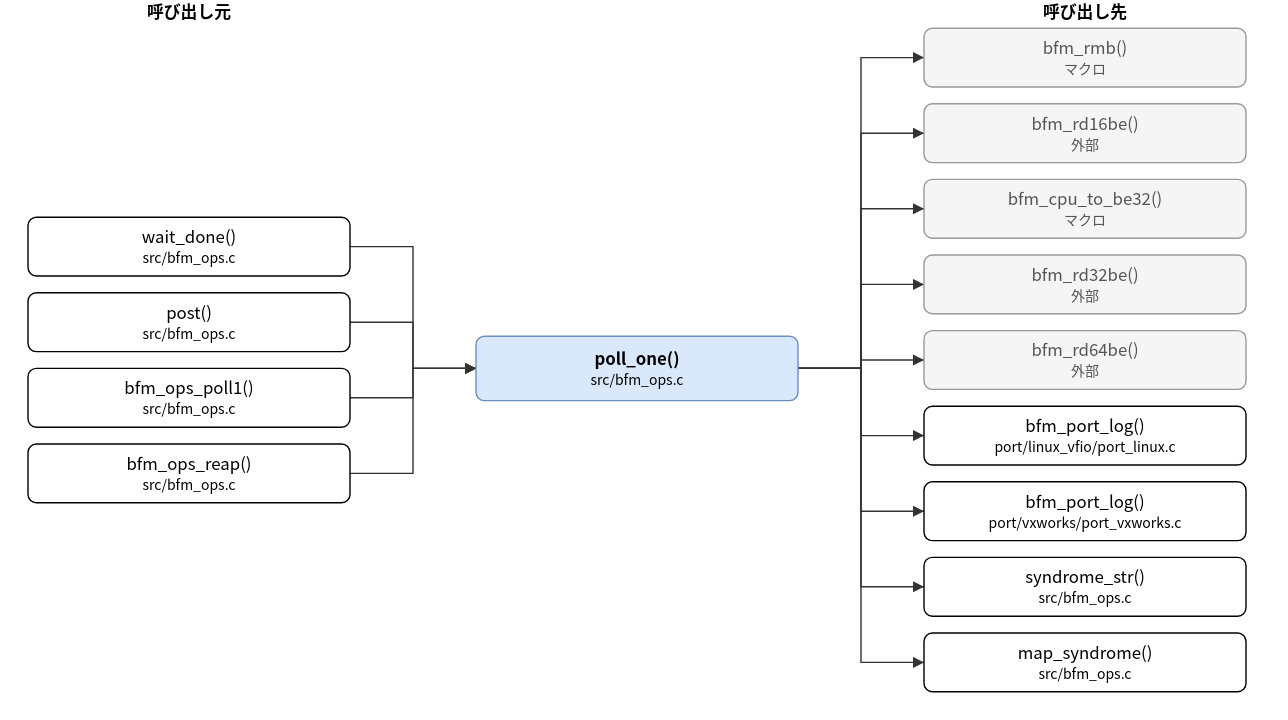
Earlier version of the draw.io export doc/spec/images/call_src_bfm_ops-poll_one.drawio.svg (hf355051012-ai/bfmem). Source tidied: cells renumbered, new cells last; positions are measured from the earlier drawing's top-left corner, leaving out a move shared by most shapes.
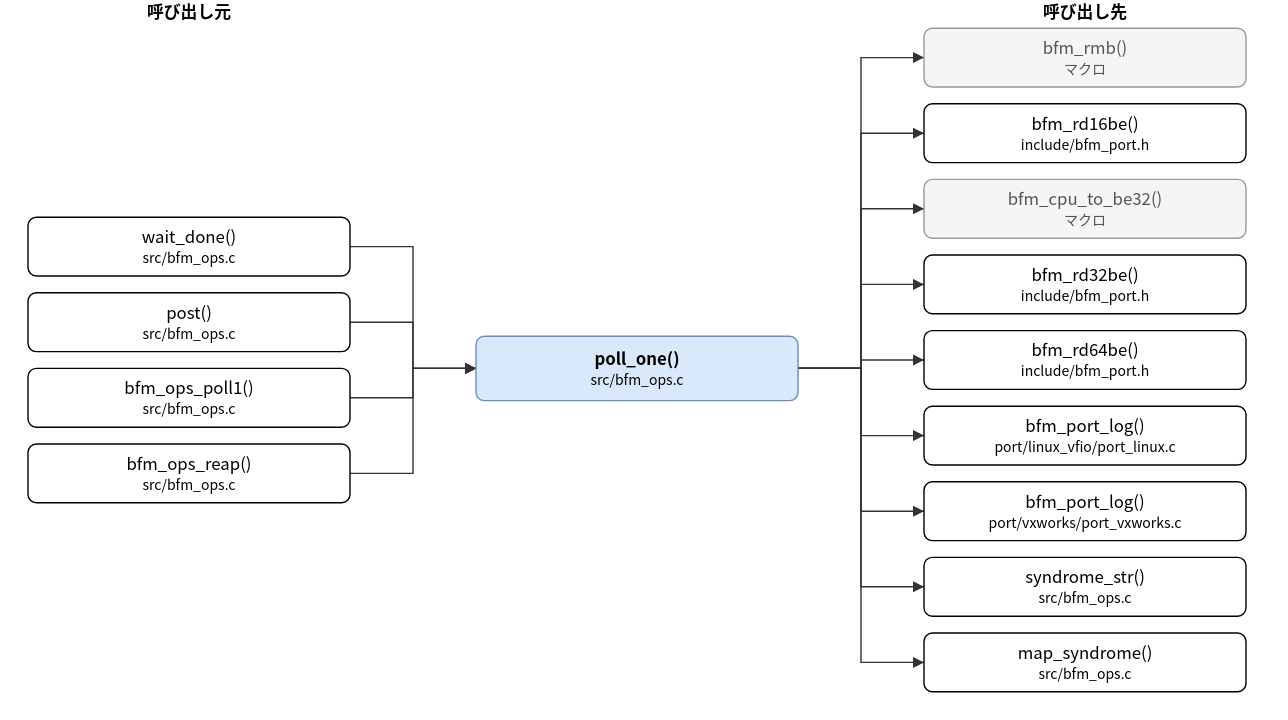
Above is the later version.

The edit, as a diff of the source:
```diff
@@ -20,16 +20,16 @@
     <mxCell id="7" value="bfm_rmb()&lt;br&gt;&lt;font style=&quot;font-size:10px&quot;&gt;マクロ&lt;/font&gt;" style="rounded=1;whiteSpace=wrap;html=1;fillColor=#f5f5f5;strokeColor=#999999;fontColor=#555555;" parent="1" vertex="1">
       <mxGeometry x="640" y="20" width="230" height="42" as="geometry" />
     </mxCell>
-    <mxCell id="8" value="bfm_rd16be()&lt;br&gt;&lt;font style=&quot;font-size:10px&quot;&gt;外部&lt;/font&gt;" style="rounded=1;whiteSpace=wrap;html=1;fillColor=#f5f5f5;strokeColor=#999999;fontColor=#555555;" parent="1" vertex="1">
+    <mxCell id="8" value="bfm_rd16be()&lt;br&gt;&lt;font style=&quot;font-size:10px&quot;&gt;include/bfm_port.h&lt;/font&gt;" style="rounded=1;whiteSpace=wrap;html=1;" parent="1" vertex="1">
       <mxGeometry x="640" y="74" width="230" height="42" as="geometry" />
     </mxCell>
     <mxCell id="9" value="bfm_cpu_to_be32()&lt;br&gt;&lt;font style=&quot;font-size:10px&quot;&gt;マクロ&lt;/font&gt;" style="rounded=1;whiteSpace=wrap;html=1;fillColor=#f5f5f5;strokeColor=#999999;fontColor=#555555;" parent="1" vertex="1">
       <mxGeometry x="640" y="128" width="230" height="42" as="geometry" />
     </mxCell>
-    <mxCell id="10" value="bfm_rd32be()&lt;br&gt;&lt;font style=&quot;font-size:10px&quot;&gt;外部&lt;/font&gt;" style="rounded=1;whiteSpace=wrap;html=1;fillColor=#f5f5f5;strokeColor=#999999;fontColor=#555555;" parent="1" vertex="1">
+    <mxCell id="10" value="bfm_rd32be()&lt;br&gt;&lt;font style=&quot;font-size:10px&quot;&gt;include/bfm_port.h&lt;/font&gt;" style="rounded=1;whiteSpace=wrap;html=1;" parent="1" vertex="1">
       <mxGeometry x="640" y="182" width="230" height="42" as="geometry" />
     </mxCell>
-    <mxCell id="11" value="bfm_rd64be()&lt;br&gt;&lt;font style=&quot;font-size:10px&quot;&gt;外部&lt;/font&gt;" style="rounded=1;whiteSpace=wrap;html=1;fillColor=#f5f5f5;strokeColor=#999999;fontColor=#555555;" parent="1" vertex="1">
+    <mxCell id="11" value="bfm_rd64be()&lt;br&gt;&lt;font style=&quot;font-size:10px&quot;&gt;include/bfm_port.h&lt;/font&gt;" style="rounded=1;whiteSpace=wrap;html=1;" parent="1" vertex="1">
       <mxGeometry x="640" y="236" width="230" height="42" as="geometry" />
     </mxCell>
     <mxCell id="12" value="bfm_port_log()&lt;br&gt;&lt;font style=&quot;font-size:10px&quot;&gt;port/linux_vfio/port_linux.c&lt;/font&gt;" style="rounded=1;whiteSpace=wrap;html=1;" parent="1" vertex="1">
```
